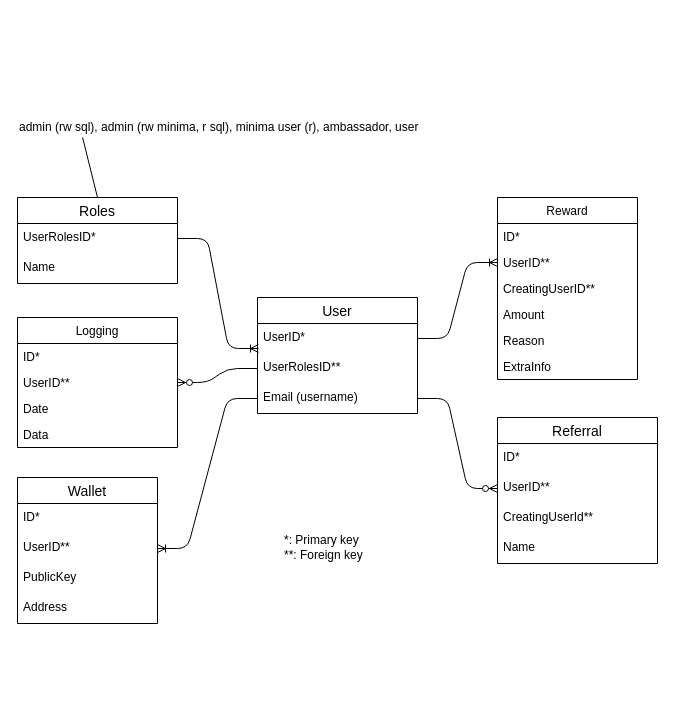
Before: docs/images/dbase.drawio in minima-global/incentivecash, a draw.io diagram. Source tidied: cells renumbered, new cells numbered last; positions are measured from the earlier drawing's top-left corner, leaving out a move shared by most shapes. Both pictures are drawn from the tidied source at 100%, with x=0, y=0 at pixel (17, 117).
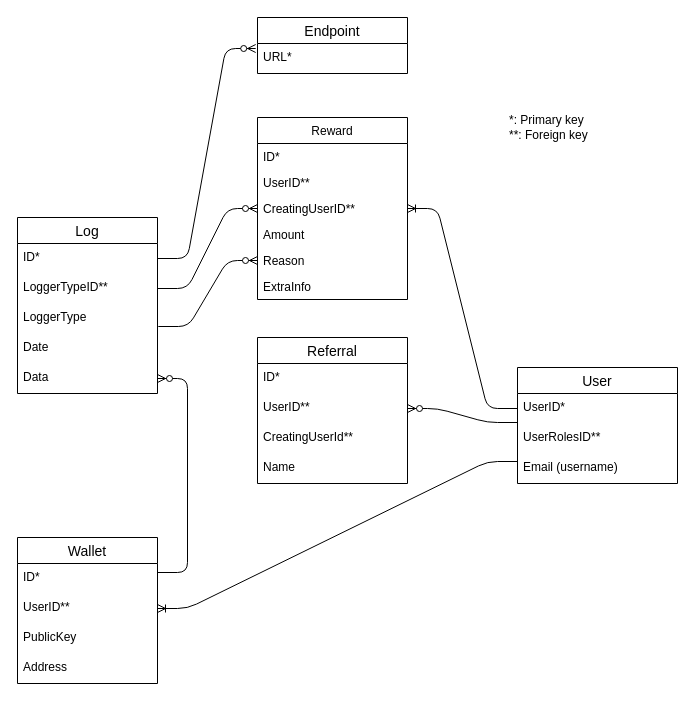
The same page after the edit.

The change refers to these unchanged cells:
```xml
<mxCell id="3" value="UserID*" style="text;strokeColor=none;fillColor=none;spacingLeft=4;spacingRight=4;overflow=hidden;points=[[0,0.5],[1,0.5]];portConstraint=eastwest;fontSize=12;" parent="2" vertex="1">
  <mxGeometry y="26" width="160" height="30" as="geometry" />
</mxCell>
<mxCell id="4" value="UserRolesID**" style="text;strokeColor=none;fillColor=none;spacingLeft=4;spacingRight=4;overflow=hidden;points=[[0,0.5],[1,0.5]];portConstraint=eastwest;fontSize=12;" parent="2" vertex="1">
  <mxGeometry y="56" width="160" height="30" as="geometry" />
</mxCell>
<mxCell id="5" value="Email (username)" style="text;strokeColor=none;fillColor=none;spacingLeft=4;spacingRight=4;overflow=hidden;points=[[0,0.5],[1,0.5]];portConstraint=eastwest;fontSize=12;" parent="2" vertex="1">
  <mxGeometry y="86" width="160" height="30" as="geometry" />
</mxCell>
<mxCell id="34" value="ID*" style="text;strokeColor=none;fillColor=none;spacingLeft=4;spacingRight=4;overflow=hidden;points=[[0,0.5],[1,0.5]];portConstraint=eastwest;fontSize=12;" parent="33" vertex="1">
  <mxGeometry y="26" width="140" height="30" as="geometry" />
</mxCell>
<mxCell id="35" value="UserID**" style="text;strokeColor=none;fillColor=none;spacingLeft=4;spacingRight=4;overflow=hidden;points=[[0,0.5],[1,0.5]];portConstraint=eastwest;fontSize=12;" parent="33" vertex="1">
  <mxGeometry y="56" width="140" height="30" as="geometry" />
</mxCell>
```

The edit, as a diff of the source:
```diff
@@
     <mxCell id="2" value="User" style="swimlane;fontStyle=0;horizontal=1;startSize=26;align=center;fontSize=14;" parent="1" vertex="1">
-      <mxGeometry x="240" y="180" width="160" height="116" as="geometry" />
+      <mxGeometry x="500" y="250" width="160" height="116" as="geometry" />
     </mxCell>
@@
-    <mxCell id="6" value="Roles" style="swimlane;fontStyle=0;horizontal=1;startSize=26;align=center;fontSize=14;" parent="1" vertex="1">
-      <mxGeometry y="80" width="160" height="86" as="geometry" />
-    </mxCell>
-    <mxCell id="7" value="UserRolesID*" style="text;strokeColor=none;fillColor=none;spacingLeft=4;spacingRight=4;overflow=hidden;points=[[0,0.5],[1,0.5]];portConstraint=eastwest;fontSize=12;" parent="6" vertex="1">
-      <mxGeometry y="26" width="160" height="30" as="geometry" />
-    </mxCell>
-    <mxCell id="8" value="Name" style="text;strokeColor=none;fillColor=none;spacingLeft=4;spacingRight=4;overflow=hidden;fontSize=12;" parent="6" vertex="1">
-      <mxGeometry y="56" width="160" height="30" as="geometry" />
-    </mxCell>
     <mxCell id="9" value="Reward" style="swimlane;fontStyle=0;horizontal=1;startSize=26;fillColor=none;" parent="1" vertex="1">
-      <mxGeometry x="480" y="80" width="140" height="182" as="geometry" />
+      <mxGeometry x="240" width="150" height="182" as="geometry" />
     </mxCell>
     <mxCell id="10" value="ID*" style="text;strokeColor=none;fillColor=none;align=left;verticalAlign=top;spacingLeft=4;spacingRight=4;overflow=hidden;" parent="9" vertex="1">
-      <mxGeometry y="26" width="140" height="26" as="geometry" />
+      <mxGeometry y="26" width="150" height="26" as="geometry" />
     </mxCell>
     <mxCell id="11" value="UserID**" style="text;strokeColor=none;fillColor=none;align=left;verticalAlign=top;spacingLeft=4;spacingRight=4;overflow=hidden;points=[[0,0.5],[1,0.5]];portConstraint=eastwest;" parent="9" vertex="1">
-      <mxGeometry y="52" width="140" height="26" as="geometry" />
+      <mxGeometry y="52" width="150" height="26" as="geometry" />
     </mxCell>
     <mxCell id="12" value="CreatingUserID**&#10;" style="text;strokeColor=none;fillColor=none;align=left;verticalAlign=top;spacingLeft=4;spacingRight=4;overflow=hidden;points=[[0,0.5],[1,0.5]];portConstraint=eastwest;" parent="9" vertex="1">
-      <mxGeometry y="78" width="140" height="26" as="geometry" />
+      <mxGeometry y="78" width="150" height="26" as="geometry" />
     </mxCell>
     <mxCell id="13" value="Amount&#10;" style="text;strokeColor=none;fillColor=none;align=left;verticalAlign=top;spacingLeft=4;spacingRight=4;overflow=hidden;" parent="9" vertex="1">
-      <mxGeometry y="104" width="140" height="26" as="geometry" />
+      <mxGeometry y="104" width="150" height="26" as="geometry" />
     </mxCell>
     <mxCell id="14" value="Reason&#10;" style="text;strokeColor=none;fillColor=none;align=left;verticalAlign=top;spacingLeft=4;spacingRight=4;overflow=hidden;points=[[0,0.5],[1,0.5]];portConstraint=eastwest;" parent="9" vertex="1">
-      <mxGeometry y="130" width="140" height="26" as="geometry" />
+      <mxGeometry y="130" width="150" height="26" as="geometry" />
     </mxCell>
     <mxCell id="15" value="ExtraInfo" style="text;strokeColor=none;fillColor=none;align=left;verticalAlign=top;spacingLeft=4;spacingRight=4;overflow=hidden;" parent="9" vertex="1">
-      <mxGeometry y="156" width="140" height="26" as="geometry" />
+      <mxGeometry y="156" width="150" height="26" as="geometry" />
     </mxCell>
-    <mxCell id="16" value="Logging" style="swimlane;fontStyle=0;horizontal=1;startSize=26;fillColor=none;" parent="1" vertex="1">
-      <mxGeometry y="200" width="160" height="130" as="geometry" />
-    </mxCell>
-    <mxCell id="17" value="ID*" style="text;strokeColor=none;fillColor=none;align=left;verticalAlign=top;spacingLeft=4;spacingRight=4;overflow=hidden;points=[[0,0.5],[1,0.5]];portConstraint=eastwest;" parent="16" vertex="1">
-      <mxGeometry y="26" width="160" height="26" as="geometry" />
-    </mxCell>
-    <mxCell id="18" value="UserID**" style="text;strokeColor=none;fillColor=none;align=left;verticalAlign=top;spacingLeft=4;spacingRight=4;overflow=hidden;points=[[0,0.5],[1,0.5]];portConstraint=eastwest;" parent="16" vertex="1">
-      <mxGeometry y="52" width="160" height="26" as="geometry" />
-    </mxCell>
-    <mxCell id="19" value="Date" style="text;strokeColor=none;fillColor=none;align=left;verticalAlign=top;spacingLeft=4;spacingRight=4;overflow=hidden;" parent="16" vertex="1">
-      <mxGeometry y="78" width="160" height="26" as="geometry" />
-    </mxCell>
-    <mxCell id="20" value="Data" style="text;strokeColor=none;fillColor=none;align=left;verticalAlign=top;spacingLeft=4;spacingRight=4;overflow=hidden;points=[[0,0.5],[1,0.5]];portConstraint=eastwest;" parent="16" vertex="1">
-      <mxGeometry y="104" width="160" height="26" as="geometry" />
-    </mxCell>
-    <mxCell id="21" style="edgeStyle=entityRelationEdgeStyle;fontSize=12;html=1;endArrow=ERzeroToMany;endFill=1;entryX=1;entryY=0.5;entryDx=0;entryDy=0;exitX=0;exitY=0.5;exitDx=0;exitDy=0;" parent="1" edge="1" source="4" target="18">
-      <mxGeometry relative="1" as="geometry" />
-    </mxCell>
-    <mxCell id="22" value="admin (rw sql), admin (rw minima, r sql), minima user (r), ambassador, user&amp;nbsp;" style="text;html=1;align=left;verticalAlign=middle;points=[];" parent="1" vertex="1">
-      <mxGeometry width="420" height="20" as="geometry" />
-    </mxCell>
     <mxCell id="23" value="Referral" style="swimlane;fontStyle=0;horizontal=1;startSize=26;align=center;fontSize=14;" parent="1" vertex="1">
-      <mxGeometry x="480" y="300" width="160" height="146" as="geometry" />
+      <mxGeometry x="240" y="220" width="150" height="146" as="geometry" />
     </mxCell>
     <mxCell id="24" value="ID*" style="text;strokeColor=none;fillColor=none;spacingLeft=4;spacingRight=4;overflow=hidden;fontSize=12;" parent="23" vertex="1">
-      <mxGeometry y="26" width="160" height="30" as="geometry" />
+      <mxGeometry y="26" width="150" height="30" as="geometry" />
     </mxCell>
     <mxCell id="25" value="UserID**" style="text;strokeColor=none;fillColor=none;spacingLeft=4;spacingRight=4;overflow=hidden;points=[[0,0.5],[1,0.5]];portConstraint=eastwest;fontSize=12;" parent="23" vertex="1">
-      <mxGeometry y="56" width="160" height="30" as="geometry" />
+      <mxGeometry y="56" width="150" height="30" as="geometry" />
     </mxCell>
     <mxCell id="26" value="CreatingUserId**" style="text;strokeColor=none;fillColor=none;spacingLeft=4;spacingRight=4;overflow=hidden;fontSize=12;" parent="23" vertex="1">
-      <mxGeometry y="86" width="160" height="30" as="geometry" />
+      <mxGeometry y="86" width="150" height="30" as="geometry" />
     </mxCell>
     <mxCell id="27" value="Name" style="text;strokeColor=none;fillColor=none;spacingLeft=4;spacingRight=4;overflow=hidden;fontSize=12;" parent="23" vertex="1">
-      <mxGeometry y="116" width="160" height="30" as="geometry" />
+      <mxGeometry y="116" width="150" height="30" as="geometry" />
     </mxCell>
-    <mxCell id="28" style="edgeStyle=entityRelationEdgeStyle;fontSize=12;html=1;endArrow=ERzeroToMany;endFill=1;entryX=0;entryY=0.5;entryDx=0;entryDy=0;" parent="1" edge="1" source="5" target="25">
+    <mxCell id="28" style="edgeStyle=entityRelationEdgeStyle;fontSize=12;html=1;endArrow=ERzeroToMany;endFill=1;exitX=0;exitY=-0.033;exitDx=0;exitDy=0;exitPerimeter=0;" parent="1" edge="1" source="4" target="25">
       <mxGeometry relative="1" as="geometry" />
     </mxCell>
-    <mxCell id="29" style="endArrow=none;html=1;exitX=0.5;exitY=0;exitDx=0;exitDy=0;entryX=0.155;entryY=1;entryDx=0;entryDy=0;entryPerimeter=0;" parent="1" edge="1" source="6" target="22">
-      <mxGeometry relative="1" as="geometry" />
-    </mxCell>
-    <mxCell id="30" style="edgeStyle=entityRelationEdgeStyle;fontSize=12;html=1;endArrow=ERoneToMany;entryX=0.006;entryY=0.833;entryDx=0;entryDy=0;entryPerimeter=0;exitX=1;exitY=0.5;exitDx=0;exitDy=0;" parent="1" edge="1" source="7" target="3">
-      <mxGeometry relative="1" as="geometry" />
-    </mxCell>
-    <mxCell id="31" style="edgeStyle=entityRelationEdgeStyle;fontSize=12;html=1;endArrow=ERoneToMany;exitX=1;exitY=0.5;exitDx=0;exitDy=0;entryX=0;entryY=0.5;entryDx=0;entryDy=0;" parent="1" edge="1" source="3" target="11">
+    <mxCell id="31" style="edgeStyle=entityRelationEdgeStyle;fontSize=12;html=1;endArrow=ERoneToMany;" parent="1" edge="1" source="3" target="12">
       <mxGeometry relative="1" as="geometry" />
     </mxCell>
     <mxCell id="32" value="*: Primary key&lt;br&gt;**: Foreign key" style="text;html=1;strokeColor=none;fillColor=none;align=left;verticalAlign=middle;whiteSpace=wrap;rounded=0;" parent="1" vertex="1">
-      <mxGeometry x="265" y="420" width="110" height="20" as="geometry" />
+      <mxGeometry x="490" width="110" height="20" as="geometry" />
     </mxCell>
     <mxCell id="33" value="Wallet" style="swimlane;fontStyle=0;horizontal=1;startSize=26;align=center;fontSize=14;" parent="1" vertex="1">
-      <mxGeometry y="360" width="140" height="146" as="geometry" />
+      <mxGeometry y="420" width="140" height="146" as="geometry" />
     </mxCell>
@@
-    <mxCell id="39" style="edgeStyle=entityRelationEdgeStyle;fontSize=12;html=1;endArrow=ERoneToMany;exitX=0;exitY=0.5;exitDx=0;exitDy=0;" parent="1" edge="1" source="5" target="35">
+    <mxCell id="39" style="edgeStyle=entityRelationEdgeStyle;fontSize=12;html=1;endArrow=ERoneToMany;exitX=0;exitY=0.267;exitDx=0;exitDy=0;exitPerimeter=0;" parent="1" edge="1" source="5" target="35">
       <mxGeometry relative="1" as="geometry" />
     </mxCell>
+    <mxCell id="40" value="Log" style="swimlane;fontStyle=0;horizontal=1;startSize=26;align=center;fontSize=14;" parent="1" vertex="1">
+      <mxGeometry y="100" width="140" height="176" as="geometry" />
+    </mxCell>
+    <mxCell id="17" value="ID*" style="text;strokeColor=none;fillColor=none;spacingLeft=4;spacingRight=4;overflow=hidden;points=[[0,0.5],[1,0.5]];portConstraint=eastwest;fontSize=12;" parent="40" vertex="1">
+      <mxGeometry y="26" width="140" height="30" as="geometry" />
+    </mxCell>
+    <mxCell id="41" value="LoggerTypeID**" style="text;strokeColor=none;fillColor=none;spacingLeft=4;spacingRight=4;overflow=hidden;points=[[0,0.5],[1,0.5]];portConstraint=eastwest;fontSize=12;" parent="40" vertex="1">
+      <mxGeometry y="56" width="140" height="30" as="geometry" />
+    </mxCell>
+    <mxCell id="42" value="LoggerType" style="text;strokeColor=none;fillColor=none;spacingLeft=4;spacingRight=4;overflow=hidden;points=[[0,0.5],[1,0.5]];portConstraint=eastwest;fontSize=12;" parent="40" vertex="1">
+      <mxGeometry y="86" width="140" height="30" as="geometry" />
+    </mxCell>
+    <mxCell id="19" value="Date" style="text;strokeColor=none;fillColor=none;spacingLeft=4;spacingRight=4;overflow=hidden;fontSize=12;" parent="40" vertex="1">
+      <mxGeometry y="116" width="140" height="30" as="geometry" />
+    </mxCell>
+    <mxCell id="20" value="Data" style="text;strokeColor=none;fillColor=none;spacingLeft=4;spacingRight=4;overflow=hidden;points=[[0,0.5],[1,0.5]];portConstraint=eastwest;fontSize=12;" parent="40" vertex="1">
+      <mxGeometry y="146" width="140" height="30" as="geometry" />
+    </mxCell>
+    <mxCell id="43" value="Endpoint" style="swimlane;fontStyle=0;horizontal=1;startSize=26;align=center;fontSize=14;" parent="1" vertex="1">
+      <mxGeometry x="240" y="-100" width="150" height="56" as="geometry" />
+    </mxCell>
+    <mxCell id="44" value="URL*" style="text;strokeColor=none;fillColor=none;spacingLeft=4;spacingRight=4;overflow=hidden;points=[[0,0.5],[1,0.5]];portConstraint=eastwest;fontSize=12;" parent="43" vertex="1">
+      <mxGeometry y="26" width="150" height="30" as="geometry" />
+    </mxCell>
+    <mxCell id="45" style="edgeStyle=entityRelationEdgeStyle;fontSize=12;html=1;endArrow=ERzeroToMany;endFill=1;entryX=-0.012;entryY=0.167;entryDx=0;entryDy=0;entryPerimeter=0;exitX=1;exitY=0.5;exitDx=0;exitDy=0;" parent="1" edge="1" source="17" target="44">
+      <mxGeometry relative="1" as="geometry" />
+    </mxCell>
+    <mxCell id="46" style="edgeStyle=entityRelationEdgeStyle;fontSize=12;html=1;endArrow=ERzeroToMany;endFill=1;entryX=1;entryY=0.5;entryDx=0;entryDy=0;exitX=1;exitY=0.3;exitDx=0;exitDy=0;exitPerimeter=0;" parent="1" edge="1" source="34" target="20">
+      <mxGeometry relative="1" as="geometry" />
+    </mxCell>
+    <mxCell id="47" style="edgeStyle=entityRelationEdgeStyle;fontSize=12;html=1;endArrow=ERzeroToMany;endFill=1;exitX=1;exitY=0.5;exitDx=0;exitDy=0;entryX=0;entryY=0.5;entryDx=0;entryDy=0;" parent="1" edge="1" source="41" target="12">
+      <mxGeometry relative="1" as="geometry" />
+    </mxCell>
+    <mxCell id="48" style="edgeStyle=entityRelationEdgeStyle;fontSize=12;html=1;endArrow=ERzeroToMany;endFill=1;exitX=1.006;exitY=0.767;exitDx=0;exitDy=0;exitPerimeter=0;entryX=0;entryY=0.5;entryDx=0;entryDy=0;" parent="1" edge="1" source="42" target="14">
+      <mxGeometry relative="1" as="geometry" />
+    </mxCell>
```
